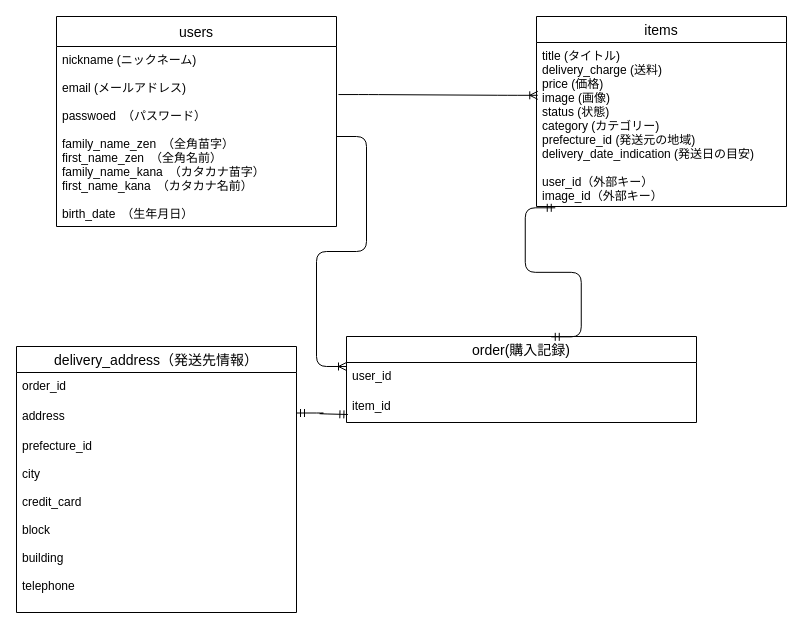
Earlier version of the draw.io diagram db/detabase.dio (Drbeer-miyako/furima-35247). Source tidied: cells renumbered, new cells numbered last; positions are measured from the earlier drawing's top-left corner, leaving out a move shared by most shapes. Both pictures are drawn from the tidied source at 100%, with x=0, y=0 at pixel (16, 16).
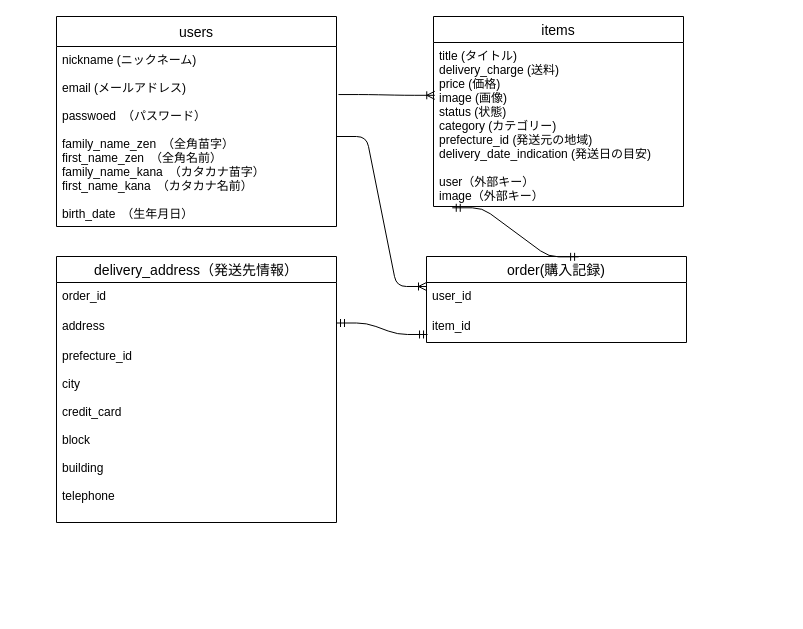
The same diagram, later.

What changed in the source:
```diff
@@
 <mxGraphModel>
   <root>
     <mxCell id="0" />
     <mxCell id="1" parent="0" />
     <mxCell id="2" value="users" style="swimlane;fontStyle=0;horizontal=1;startSize=30;align=center;fontSize=14;" parent="1" vertex="1">
       <mxGeometry x="40" width="280" height="210" as="geometry" />
     </mxCell>
     <mxCell id="3" value="nickname (ニックネーム)&#10;&#10;email (メールアドレス)&#10;&#10;passwoed　（パスワード）&#10;&#10;family_name_zen　（全角苗字）&#10;first_name_zen　（全角名前）&#10;family_name_kana　（カタカナ苗字）&#10;first_name_kana　（カタカナ名前）&#10;&#10;birth_date　（生年月日）&#10;&#10;" style="text;strokeColor=none;fillColor=none;spacingLeft=4;spacingRight=4;overflow=hidden;points=[[0,0.5],[1,0.5]];portConstraint=eastwest;fontSize=12;" parent="2" vertex="1">
       <mxGeometry y="30" width="280" height="180" as="geometry" />
     </mxCell>
     <mxCell id="4" value="items" style="swimlane;fontStyle=0;horizontal=1;startSize=26;align=center;fontSize=14;" parent="1" vertex="1">
-      <mxGeometry x="520" width="250" height="190" as="geometry" />
+      <mxGeometry x="417" width="250" height="190" as="geometry" />
     </mxCell>
-    <mxCell id="5" value="title (タイトル)&#10;delivery_charge (送料)&#10;price (価格)&#10;image (画像)&#10;status (状態)&#10;category (カテゴリー)&#10;prefecture_id (発送元の地域)&#10;delivery_date_indication (発送日の目安)&#10;&#10;user_id（外部キー）&#10;image_id（外部キー）" style="text;strokeColor=none;fillColor=none;spacingLeft=4;spacingRight=4;overflow=hidden;points=[[0,0.5],[1,0.5]];portConstraint=eastwest;fontSize=12;strokeWidth=1;" parent="4" vertex="1">
+    <mxCell id="5" value="title (タイトル)&#10;delivery_charge (送料)&#10;price (価格)&#10;image (画像)&#10;status (状態)&#10;category (カテゴリー)&#10;prefecture_id (発送元の地域)&#10;delivery_date_indication (発送日の目安)&#10;&#10;user（外部キー）&#10;image（外部キー）" style="text;strokeColor=none;fillColor=none;spacingLeft=4;spacingRight=4;overflow=hidden;points=[[0,0.5],[1,0.5]];portConstraint=eastwest;fontSize=12;strokeWidth=1;" parent="4" vertex="1">
       <mxGeometry y="26" width="250" height="164" as="geometry" />
     </mxCell>
     <mxCell id="6" value="order(購入記録)" style="swimlane;fontStyle=0;horizontal=1;startSize=26;align=center;fontSize=14;strokeWidth=1;" parent="1" vertex="1">
-      <mxGeometry x="330" y="320" width="350" height="86" as="geometry" />
+      <mxGeometry x="410" y="240" width="260" height="86" as="geometry" />
     </mxCell>
     <mxCell id="7" value="user_id" style="text;strokeColor=none;fillColor=none;spacingLeft=4;spacingRight=4;overflow=hidden;points=[[0,0.5],[1,0.5]];portConstraint=eastwest;fontSize=12;" parent="6" vertex="1">
-      <mxGeometry y="26" width="350" height="30" as="geometry" />
+      <mxGeometry y="26" width="260" height="30" as="geometry" />
     </mxCell>
     <mxCell id="8" value="item_id" style="text;strokeColor=none;fillColor=none;spacingLeft=4;spacingRight=4;overflow=hidden;points=[[0,0.5],[1,0.5]];portConstraint=eastwest;fontSize=12;" parent="6" vertex="1">
-      <mxGeometry y="56" width="350" height="30" as="geometry" />
+      <mxGeometry y="56" width="260" height="30" as="geometry" />
     </mxCell>
     <mxCell id="9" value="delivery_address（発送先情報）" style="swimlane;fontStyle=0;horizontal=1;startSize=26;align=center;fontSize=14;" parent="1" vertex="1">
-      <mxGeometry y="330" width="280" height="266" as="geometry" />
+      <mxGeometry x="40" y="240" width="280" height="266" as="geometry" />
     </mxCell>
     <mxCell id="10" value="order_id&#10;" style="text;strokeColor=none;fillColor=none;spacingLeft=4;spacingRight=4;overflow=hidden;fontSize=12;" parent="9" vertex="1">
       <mxGeometry y="26" width="280" height="30" as="geometry" />
     </mxCell>
     <mxCell id="11" value="address" style="text;strokeColor=none;fillColor=none;spacingLeft=4;spacingRight=4;overflow=hidden;fontSize=12;" parent="9" vertex="1">
       <mxGeometry y="56" width="280" height="30" as="geometry" />
     </mxCell>
     <mxCell id="12" value="prefecture_id&#10;&#10;city&#10;&#10;credit_card&#10;&#10;block&#10;&#10;building&#10;&#10;telephone" style="text;strokeColor=none;fillColor=none;spacingLeft=4;spacingRight=4;overflow=hidden;fontSize=12;" parent="9" vertex="1">
       <mxGeometry y="86" width="280" height="180" as="geometry" />
     </mxCell>
     <mxCell id="13" style="edgeStyle=entityRelationEdgeStyle;fontSize=12;html=1;endArrow=ERoneToMany;exitX=1.007;exitY=0.267;exitDx=0;exitDy=0;exitPerimeter=0;entryX=0.005;entryY=0.322;entryDx=0;entryDy=0;entryPerimeter=0;" parent="1" edge="1" source="3" target="5">
       <mxGeometry relative="1" as="geometry" />
     </mxCell>
     <mxCell id="14" style="edgeStyle=entityRelationEdgeStyle;fontSize=12;html=1;endArrow=ERmandOne;startArrow=ERmandOne;exitX=0.075;exitY=1.008;exitDx=0;exitDy=0;exitPerimeter=0;entryX=0.585;entryY=0.004;entryDx=0;entryDy=0;entryPerimeter=0;" parent="1" edge="1" source="5" target="6">
       <mxGeometry relative="1" as="geometry" />
     </mxCell>
     <mxCell id="15" style="edgeStyle=entityRelationEdgeStyle;fontSize=12;html=1;endArrow=ERoneToMany;exitX=1;exitY=0.5;exitDx=0;exitDy=0;entryX=0;entryY=0.133;entryDx=0;entryDy=0;entryPerimeter=0;" parent="1" edge="1" source="3" target="7">
       <mxGeometry relative="1" as="geometry" />
     </mxCell>
     <mxCell id="16" style="edgeStyle=entityRelationEdgeStyle;fontSize=12;html=1;endArrow=ERmandOne;startArrow=ERmandOne;exitX=1;exitY=0.25;exitDx=0;exitDy=0;entryX=0.004;entryY=0.733;entryDx=0;entryDy=0;entryPerimeter=0;" parent="1" edge="1" source="9" target="8">
       <mxGeometry relative="1" as="geometry" />
     </mxCell>
   </root>
 </mxGraphModel>
```
